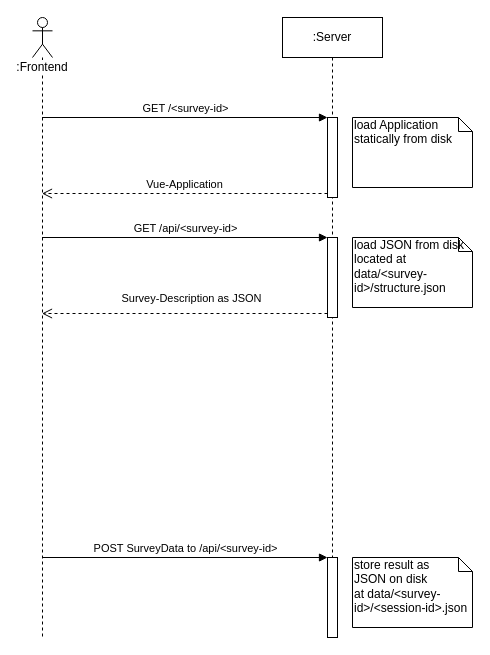
Before: survey/Flow.drawio in lustigo/refingerprint, a draw.io diagram. Source tidied: cells renumbered, new cells numbered last; positions are measured from the earlier drawing's top-left corner, leaving out a move shared by most shapes. Both pictures are drawn from the tidied source at 100%, with x=0, y=0 at pixel (32, 17).
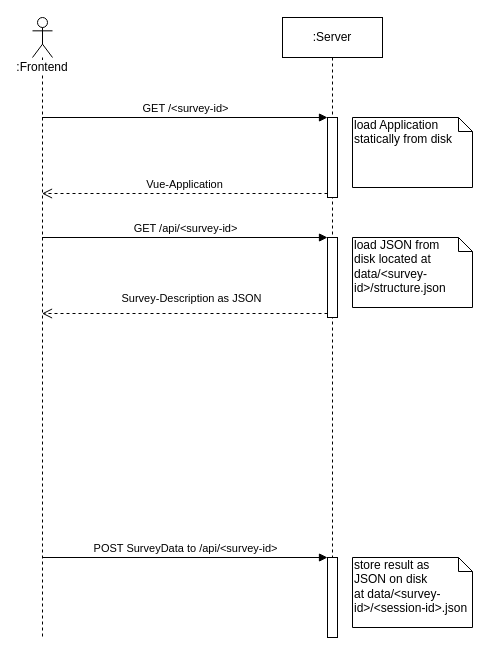
Above is the later version.

Commit message (it also covers changes not shown here):
fix: Diagramme und Readme geupdated; Umfragenstruktur hinzugefügt

Change to the diagram source:
```diff
@@
 <mxGraphModel>
   <root>
     <mxCell id="0" />
     <mxCell id="1" parent="0" />
     <mxCell id="2" value=":Frontend" style="shape=umlLifeline;participant=umlActor;perimeter=lifelinePerimeter;whiteSpace=wrap;html=1;verticalAlign=top;spacingTop=36;labelBackgroundColor=#ffffff;outlineConnect=0;" parent="1" vertex="1">
       <mxGeometry width="20" height="620" as="geometry" />
     </mxCell>
     <mxCell id="3" value=":Server" style="shape=umlLifeline;perimeter=lifelinePerimeter;whiteSpace=wrap;html=1;" parent="1" vertex="1">
       <mxGeometry x="250" width="100" height="620" as="geometry" />
     </mxCell>
     <mxCell id="4" style="html=1;points=[];perimeter=orthogonalPerimeter;" parent="3" vertex="1">
       <mxGeometry x="45" y="100" width="10" height="80" as="geometry" />
     </mxCell>
     <mxCell id="5" style="html=1;points=[];perimeter=orthogonalPerimeter;" parent="3" vertex="1">
       <mxGeometry x="45" y="220" width="10" height="80" as="geometry" />
     </mxCell>
     <mxCell id="6" style="html=1;points=[];perimeter=orthogonalPerimeter;" parent="3" vertex="1">
       <mxGeometry x="45" y="540" width="10" height="80" as="geometry" />
     </mxCell>
     <mxCell id="7" value="GET /&amp;lt;survey-id&amp;gt;" style="html=1;verticalAlign=bottom;endArrow=block;entryX=0;entryY=0;" parent="1" edge="1" source="2" target="4">
       <mxGeometry relative="1" as="geometry" />
     </mxCell>
     <mxCell id="8" value="Vue-Application" style="html=1;verticalAlign=bottom;endArrow=open;dashed=1;endSize=8;exitX=0;exitY=0.95;" parent="1" edge="1" source="4" target="2">
       <mxGeometry relative="1" as="geometry" />
     </mxCell>
     <mxCell id="9" value="load Application&lt;br&gt;statically from disk" style="shape=note;whiteSpace=wrap;html=1;size=14;verticalAlign=top;align=left;spacingTop=-6;" parent="1" vertex="1">
       <mxGeometry x="320" y="100" width="120" height="70" as="geometry" />
     </mxCell>
     <mxCell id="10" value="GET /api/&amp;lt;survey-id&amp;gt;" style="html=1;verticalAlign=bottom;endArrow=block;entryX=0;entryY=0;" parent="1" edge="1" source="2" target="5">
       <mxGeometry relative="1" as="geometry" />
     </mxCell>
     <mxCell id="11" value="Survey-Description as JSON" style="html=1;verticalAlign=bottom;endArrow=open;dashed=1;endSize=8;exitX=0;exitY=0.95;" parent="1" edge="1" source="5" target="2">
       <mxGeometry x="-0.05" y="-6" relative="1" as="geometry" />
     </mxCell>
-    <mxCell id="12" value="load JSON from disk located at&lt;br&gt;data/&amp;lt;survey-id&amp;gt;/structure.json&lt;br&gt;" style="shape=note;whiteSpace=wrap;html=1;size=14;verticalAlign=top;align=left;spacingTop=-6;" parent="1" vertex="1">
+    <mxCell id="12" value="load JSON from &lt;br&gt;disk located at&lt;br&gt;data/&amp;lt;survey-id&amp;gt;/structure.json" style="shape=note;whiteSpace=wrap;html=1;size=14;verticalAlign=top;align=left;spacingTop=-6;" parent="1" vertex="1">
       <mxGeometry x="320" y="220" width="120" height="70" as="geometry" />
     </mxCell>
     <mxCell id="13" value="POST SurveyData to /api/&amp;lt;survey-id&amp;gt;" style="html=1;verticalAlign=bottom;endArrow=block;entryX=0;entryY=0;" parent="1" edge="1" source="2" target="6">
       <mxGeometry relative="1" as="geometry" />
     </mxCell>
     <mxCell id="14" value="store result as&lt;br&gt;JSON on disk&lt;br&gt;at data/&amp;lt;survey-id&amp;gt;/&amp;lt;session-id&amp;gt;.json" style="shape=note;whiteSpace=wrap;html=1;size=14;verticalAlign=top;align=left;spacingTop=-6;" parent="1" vertex="1">
       <mxGeometry x="320" y="540" width="120" height="70" as="geometry" />
     </mxCell>
   </root>
 </mxGraphModel>
```
